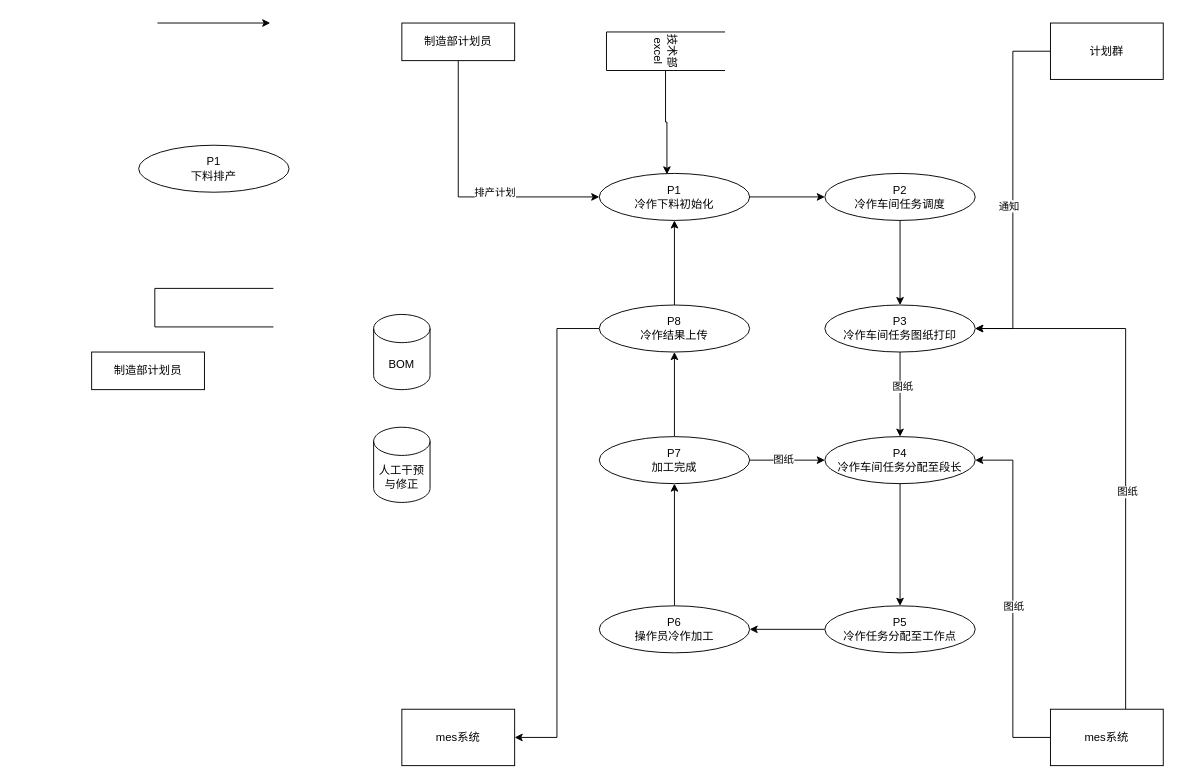
Before: 华威2.drawio in 177-Liukuan/MyPicture, a draw.io diagram. Source tidied: cells renumbered, new cells numbered last; positions are measured from the earlier drawing's top-left corner, leaving out a move shared by most shapes. Both pictures are drawn from the tidied source at 94%, with x=0, y=0 at pixel (91, -8).
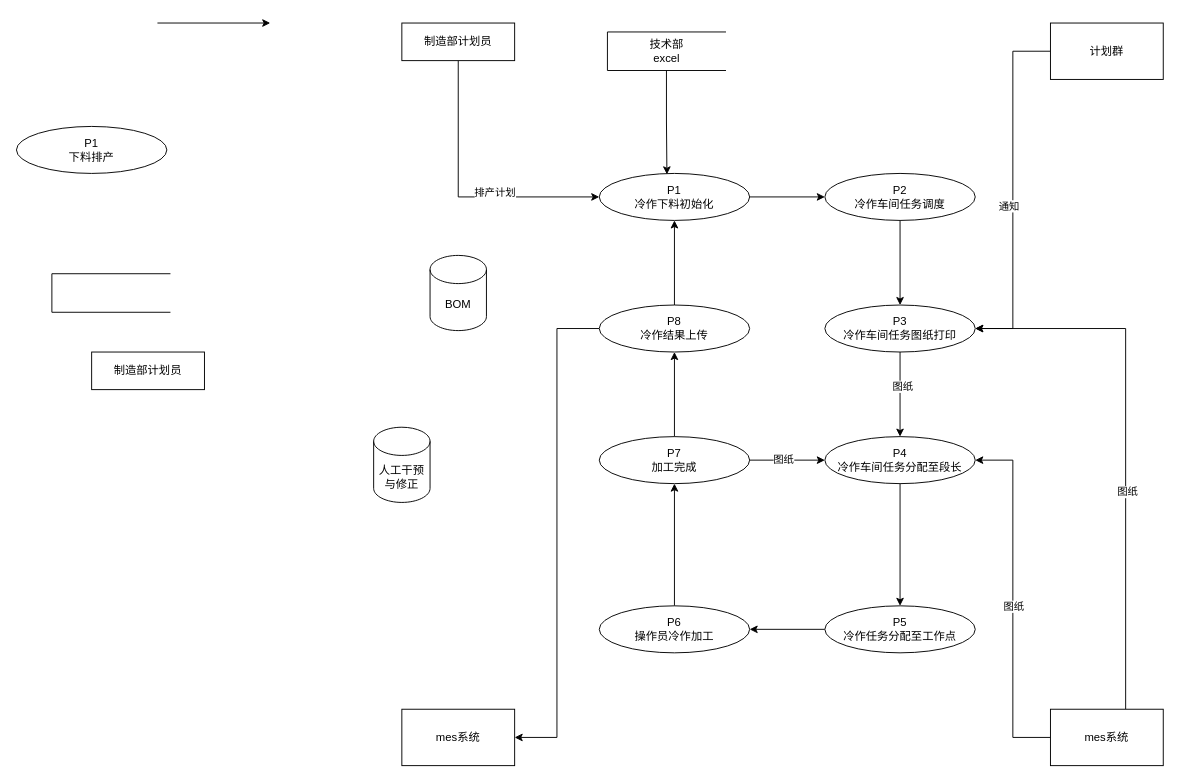
The same page after the edit.

Change to the diagram source:
```diff
@@
     <mxCell id="7" style="shape=partialRectangle;whiteSpace=wrap;html=1;bottom=1;right=1;left=1;top=0;fillColor=none;routingCenterX=-0.5;rotation=90;" parent="1" vertex="1">
-      <mxGeometry x="109.5" y="273" width="41" height="125.6" as="geometry" />
+      <mxGeometry y="257.4" width="41" height="125.6" as="geometry" />
     </mxCell>
     <mxCell id="8" value="P1&lt;br&gt;下料排产" style="ellipse;whiteSpace=wrap;html=1;" parent="1" vertex="1">
-      <mxGeometry x="50" y="163" width="160" height="50" as="geometry" />
+      <mxGeometry x="-80" y="143" width="160" height="50" as="geometry" />
     </mxCell>
-    <mxCell id="9" value="技术部excel" style="shape=partialRectangle;whiteSpace=wrap;html=1;bottom=1;right=1;left=1;top=0;fillColor=none;routingCenterX=-0.5;rotation=90;" parent="1" vertex="1">
-      <mxGeometry x="590" y="0.2" width="41" height="125.6" as="geometry" />
+    <mxCell id="9" style="shape=partialRectangle;whiteSpace=wrap;html=1;bottom=1;right=1;left=1;top=0;fillColor=none;routingCenterX=-0.5;rotation=90;" parent="1" vertex="1">
+      <mxGeometry x="591" y="0.2" width="41" height="125.6" as="geometry" />
     </mxCell>
@@
     <mxCell id="40" value="BOM" style="shape=cylinder3;whiteSpace=wrap;html=1;boundedLbl=1;backgroundOutline=1;size=15;" parent="1" vertex="1">
-      <mxGeometry x="300" y="343" width="60" height="80" as="geometry" />
+      <mxGeometry x="360" y="280.2" width="60" height="80" as="geometry" />
     </mxCell>
@@
+    <mxCell id="42" value="技术部excel" style="text;html=1;strokeColor=none;fillColor=none;align=center;verticalAlign=middle;whiteSpace=wrap;rounded=0;" parent="1" vertex="1">
+      <mxGeometry x="581.5" y="48" width="60" height="30" as="geometry" />
+    </mxCell>
```
